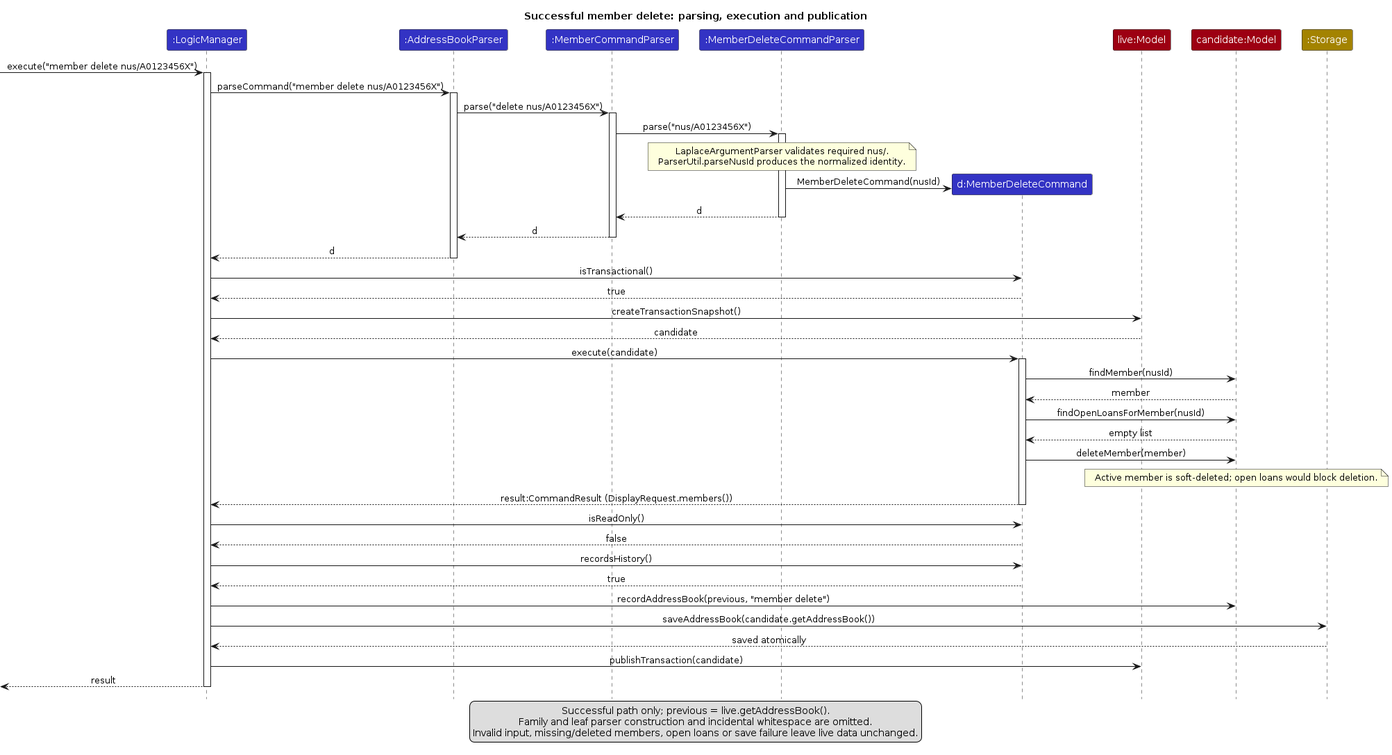
The PlantUML diagram diagrams/DeleteSequenceDiagram.png in AY2627S1-CS2103T-F15-2/tp, before a commit. Its source is kept beside it as diagrams/DeleteSequenceDiagram.puml. The source it was exported from:
```plantuml
@startuml
!include style.puml
skinparam ArrowFontStyle plain
participant ":LogicManager" as logic LOGIC_COLOR
participant ":AddressBookParser" as root LOGIC_COLOR
participant ":MemberCommandParser" as family LOGIC_COLOR
participant ":MemberDeleteCommandParser" as leaf LOGIC_COLOR
participant "d:MemberDeleteCommand" as command LOGIC_COLOR
participant "live:Model" as live MODEL_COLOR
participant "candidate:Model" as candidate MODEL_COLOR
participant ":Storage" as storage STORAGE_COLOR

title Successful member delete: parsing, execution and publication
[-> logic : execute("member delete nus/A0123456X")
activate logic
logic -> root : parseCommand("member delete nus/A0123456X")
activate root
root -> family : parse("delete nus/A0123456X")
activate family
family -> leaf : parse("nus/A0123456X")
activate leaf
note over leaf
  LaplaceArgumentParser validates required nus/.
  ParserUtil.parseNusId produces the normalized identity.
end note
create command
leaf -> command : MemberDeleteCommand(nusId)
leaf --> family : d
deactivate leaf
family --> root : d
deactivate family
root --> logic : d
deactivate root
logic -> command : isTransactional()
command --> logic : true
logic -> live : createTransactionSnapshot()
live --> logic : candidate
logic -> command : execute(candidate)
activate command
command -> candidate : findMember(nusId)
candidate --> command : member
command -> candidate : findOpenLoansForMember(nusId)
candidate --> command : empty list
command -> candidate : deleteMember(member)
note over candidate : Active member is soft-deleted; open loans would block deletion.
command --> logic : result:CommandResult (DisplayRequest.members())
deactivate command
logic -> command : isReadOnly()
command --> logic : false
logic -> command : recordsHistory()
command --> logic : true
logic -> candidate : recordAddressBook(previous, "member delete")
logic -> storage : saveAddressBook(candidate.getAddressBook())
storage --> logic : saved atomically
logic -> live : publishTransaction(candidate)
[<-- logic : result
deactivate logic
legend bottom
  Successful path only; previous = live.getAddressBook().
  Family and leaf parser construction and incidental whitespace are omitted.
  Invalid input, missing/deleted members, open loans or save failure leave live data unchanged.
endlegend
@enduml
```
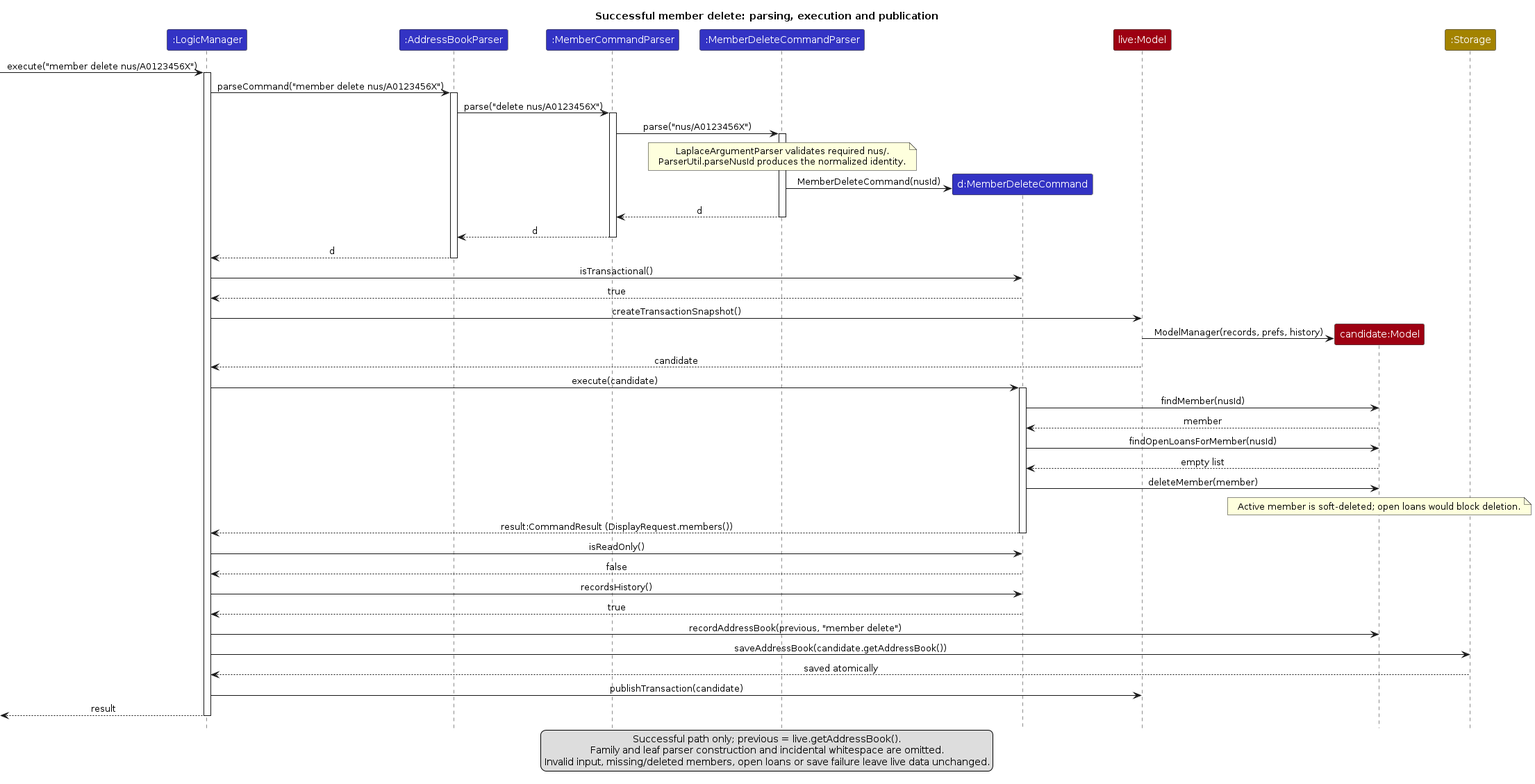
After the change.

What changed in the source:
```diff
@@ -34,6 +34,8 @@
 logic -> command : isTransactional()
 command --> logic : true
 logic -> live : createTransactionSnapshot()
+create candidate
+live -> candidate : ModelManager(records, prefs, history)
 live --> logic : candidate
 logic -> command : execute(candidate)
 activate command
```
